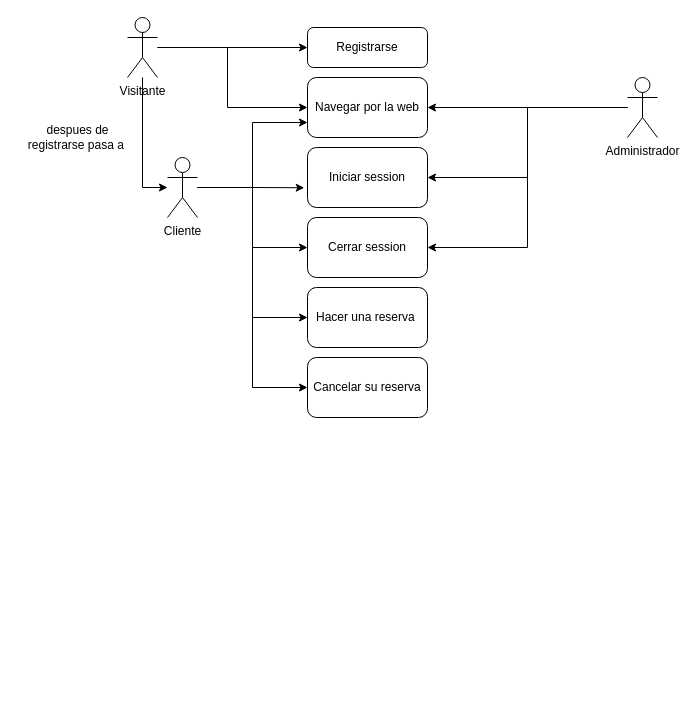
Above: DiagramaCasosUso.drawio in Gabriel-ESP4/SailingVERNE (draw.io), before the change. Source tidied: cells renumbered, new cells numbered last; positions are measured from the earlier drawing's top-left corner, leaving out a move shared by most shapes. Both pictures are drawn from the tidied source at 100%, with x=0, y=0 at pixel (17, 17).
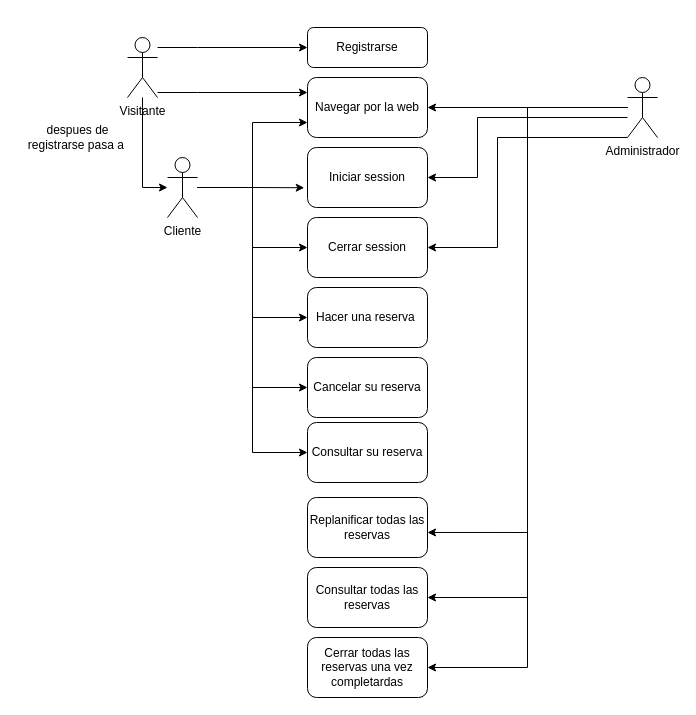
After the change.

Unchanged cells that the change refers to:
```xml
<mxCell id="6" value="Cliente" style="shape=umlActor;verticalLabelPosition=bottom;verticalAlign=top;html=1;outlineConnect=0;" parent="1" vertex="1">
  <mxGeometry x="150" y="140" width="30" height="60" as="geometry" />
</mxCell>
<mxCell id="14" value="Administrador" style="shape=umlActor;verticalLabelPosition=bottom;verticalAlign=top;html=1;outlineConnect=0;" parent="1" vertex="1">
  <mxGeometry x="610" y="60" width="30" height="60" as="geometry" />
</mxCell>
<mxCell id="15" value="Navegar por la web" style="rounded=1;whiteSpace=wrap;html=1;" parent="1" vertex="1">
  <mxGeometry x="290" y="60" width="120" height="60" as="geometry" />
</mxCell>
<mxCell id="16" value="Registrarse" style="rounded=1;whiteSpace=wrap;html=1;" parent="1" vertex="1">
  <mxGeometry x="290" y="10" width="120" height="40" as="geometry" />
</mxCell>
<mxCell id="17" value="Iniciar session" style="rounded=1;whiteSpace=wrap;html=1;" parent="1" vertex="1">
  <mxGeometry x="290" y="130" width="120" height="60" as="geometry" />
</mxCell>
<mxCell id="18" value="Cerrar session" style="rounded=1;whiteSpace=wrap;html=1;" parent="1" vertex="1">
  <mxGeometry x="290" y="200" width="120" height="60" as="geometry" />
</mxCell>
```

Diff of the diagram source:
```diff
@@
+    <mxCell id="23" style="edgeStyle=orthogonalEdgeStyle;rounded=0;jettySize=auto;html=1;entryX=0;entryY=0.5;entryDx=0;entryDy=0;" parent="1" edge="1" source="6" target="28">
+      <mxGeometry relative="1" as="geometry" />
+    </mxCell>
@@
-    <mxCell id="7" style="edgeStyle=orthogonalEdgeStyle;rounded=0;jettySize=auto;html=1;entryX=0;entryY=0.5;entryDx=0;entryDy=0;" parent="1" edge="1" source="10" target="15">
-      <mxGeometry relative="1" as="geometry">
-        <Array as="points">
-          <mxPoint x="210" y="30" />
-          <mxPoint x="210" y="90" />
-        </Array>
-      </mxGeometry>
-    </mxCell>
     <mxCell id="8" style="edgeStyle=orthogonalEdgeStyle;rounded=0;jettySize=auto;html=1;" parent="1" edge="1" source="10" target="16">
-      <mxGeometry relative="1" as="geometry" />
+      <mxGeometry relative="1" as="geometry">
+        <Array as="points">
+          <mxPoint x="180" y="30" />
+          <mxPoint x="180" y="30" />
+        </Array>
+      </mxGeometry>
     </mxCell>
@@
+    <mxCell id="7" style="edgeStyle=orthogonalEdgeStyle;rounded=0;jettySize=auto;html=1;entryX=0;entryY=0.25;entryDx=0;entryDy=0;" parent="1" edge="1" source="10" target="15">
+      <mxGeometry relative="1" as="geometry">
+        <Array as="points">
+          <mxPoint x="180" y="75" />
+          <mxPoint x="180" y="75" />
+        </Array>
+      </mxGeometry>
+    </mxCell>
     <mxCell id="10" value="&lt;div&gt;Visitante&lt;/div&gt;" style="shape=umlActor;verticalLabelPosition=bottom;verticalAlign=top;html=1;outlineConnect=0;" parent="1" vertex="1">
-      <mxGeometry x="110" width="30" height="60" as="geometry" />
+      <mxGeometry x="110" y="20" width="30" height="60" as="geometry" />
     </mxCell>
@@
     <mxCell id="12" style="edgeStyle=orthogonalEdgeStyle;rounded=0;jettySize=auto;html=1;entryX=1;entryY=0.5;entryDx=0;entryDy=0;" parent="1" edge="1" source="14" target="17">
-      <mxGeometry relative="1" as="geometry" />
+      <mxGeometry relative="1" as="geometry">
+        <Array as="points">
+          <mxPoint x="460" y="100" />
+          <mxPoint x="460" y="160" />
+        </Array>
+      </mxGeometry>
     </mxCell>
     <mxCell id="13" style="edgeStyle=orthogonalEdgeStyle;rounded=0;jettySize=auto;html=1;entryX=1;entryY=0.5;entryDx=0;entryDy=0;" parent="1" edge="1" source="14" target="18">
-      <mxGeometry relative="1" as="geometry" />
+      <mxGeometry relative="1" as="geometry">
+        <Array as="points">
+          <mxPoint x="480" y="120" />
+          <mxPoint x="480" y="230" />
+        </Array>
+      </mxGeometry>
     </mxCell>
+    <mxCell id="24" style="edgeStyle=orthogonalEdgeStyle;rounded=0;jettySize=auto;html=1;entryX=1;entryY=0.5;entryDx=0;entryDy=0;" parent="1" edge="1" source="14" target="29">
+      <mxGeometry relative="1" as="geometry" />
+    </mxCell>
+    <mxCell id="25" style="edgeStyle=orthogonalEdgeStyle;rounded=0;jettySize=auto;html=1;entryX=1;entryY=0.5;entryDx=0;entryDy=0;" parent="1" edge="1" source="14" target="30">
+      <mxGeometry relative="1" as="geometry" />
+    </mxCell>
@@
+    <mxCell id="26" value="Replanificar todas las reservas" style="rounded=1;whiteSpace=wrap;html=1;" parent="1" vertex="1">
+      <mxGeometry x="290" y="480" width="120" height="60" as="geometry" />
+    </mxCell>
+    <mxCell id="27" style="edgeStyle=orthogonalEdgeStyle;rounded=0;jettySize=auto;html=1;entryX=1;entryY=0.583;entryDx=0;entryDy=0;entryPerimeter=0;" parent="1" edge="1" source="14" target="26">
+      <mxGeometry relative="1" as="geometry" />
+    </mxCell>
+    <mxCell id="28" value="Consultar su reserva" style="rounded=1;whiteSpace=wrap;html=1;" parent="1" vertex="1">
+      <mxGeometry x="290" y="405" width="120" height="60" as="geometry" />
+    </mxCell>
+    <mxCell id="29" value="Consultar todas las reservas" style="rounded=1;whiteSpace=wrap;html=1;" parent="1" vertex="1">
+      <mxGeometry x="290" y="550" width="120" height="60" as="geometry" />
+    </mxCell>
+    <mxCell id="30" value="Cerrar todas las reservas una vez completardas" style="rounded=1;whiteSpace=wrap;html=1;" parent="1" vertex="1">
+      <mxGeometry x="290" y="620" width="120" height="60" as="geometry" />
+    </mxCell>
```
